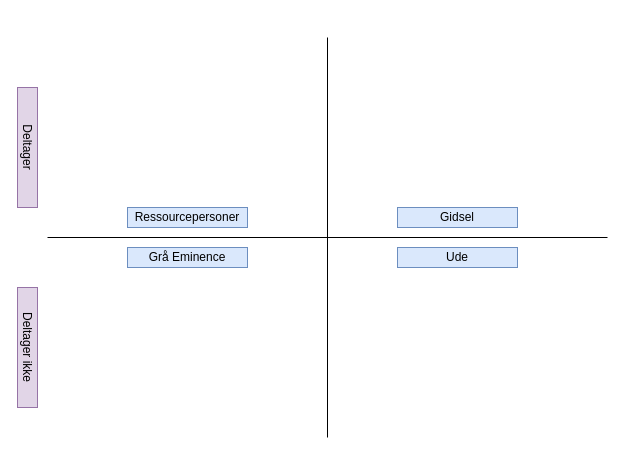
Above: Sann2.drawio in anderskeis/anderskeis (draw.io), before the change. Source tidied: cells renumbered, new cells numbered last; positions are measured from the earlier drawing's top-left corner, leaving out a move shared by most shapes. Both pictures are drawn from the tidied source at 100%, with x=0, y=0 at pixel (-33, 37).
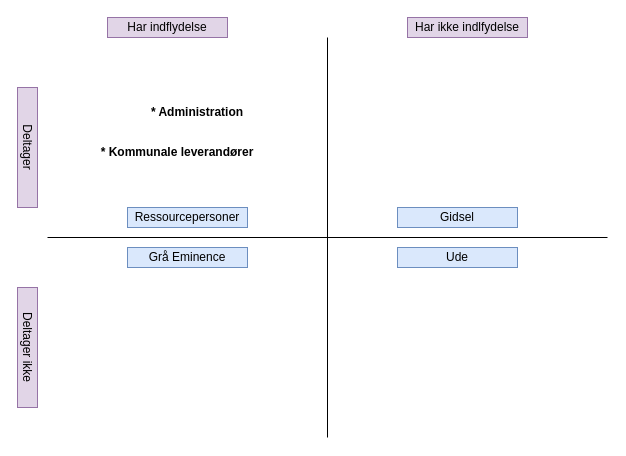
The same diagram, later.

The edit, as a diff of the source:
```diff
@@
 <mxGraphModel>
   <root>
     <mxCell id="0" />
     <mxCell id="1" parent="0" />
     <mxCell id="2" style="endArrow=none;html=1;rounded=0;" parent="1" edge="1">
       <mxGeometry relative="1" as="geometry">
         <mxPoint x="360" y="400" as="sourcePoint" />
         <mxPoint x="360" as="targetPoint" />
       </mxGeometry>
     </mxCell>
     <mxCell id="3" style="endArrow=none;html=1;rounded=0;" parent="1" edge="1">
       <mxGeometry relative="1" as="geometry">
         <mxPoint x="80" y="200" as="sourcePoint" />
         <mxPoint x="640" y="200" as="targetPoint" />
       </mxGeometry>
     </mxCell>
     <mxCell id="4" value="Ressourcepersoner" style="rounded=0;whiteSpace=wrap;html=1;fillColor=#dae8fc;strokeColor=#6c8ebf;" parent="1" vertex="1">
       <mxGeometry x="160" y="170" width="120" height="20" as="geometry" />
     </mxCell>
     <mxCell id="5" value="Grå Eminence" style="rounded=0;whiteSpace=wrap;html=1;fillColor=#dae8fc;strokeColor=#6c8ebf;" parent="1" vertex="1">
       <mxGeometry x="160" y="210" width="120" height="20" as="geometry" />
     </mxCell>
     <mxCell id="6" value="Ude" style="rounded=0;whiteSpace=wrap;html=1;fillColor=#dae8fc;strokeColor=#6c8ebf;" parent="1" vertex="1">
       <mxGeometry x="430" y="210" width="120" height="20" as="geometry" />
     </mxCell>
     <mxCell id="7" value="Gidsel" style="rounded=0;whiteSpace=wrap;html=1;fillColor=#dae8fc;strokeColor=#6c8ebf;" parent="1" vertex="1">
       <mxGeometry x="430" y="170" width="120" height="20" as="geometry" />
     </mxCell>
     <mxCell id="8" value="Deltager" style="rounded=0;whiteSpace=wrap;html=1;fillColor=#e1d5e7;strokeColor=#9673a6;rotation=90;flipV=0;flipH=1;" parent="1" vertex="1">
       <mxGeometry y="100" width="120" height="20" as="geometry" />
     </mxCell>
     <mxCell id="9" value="Deltager ikke" style="rounded=0;whiteSpace=wrap;html=1;fillColor=#e1d5e7;strokeColor=#9673a6;rotation=90;flipV=0;flipH=1;" parent="1" vertex="1">
       <mxGeometry y="300" width="120" height="20" as="geometry" />
     </mxCell>
+    <mxCell id="10" value="Har indflydelse" style="rounded=0;whiteSpace=wrap;html=1;fillColor=#e1d5e7;strokeColor=#9673a6;rotation=0;flipV=0;flipH=1;" parent="1" vertex="1">
+      <mxGeometry x="140" y="-20" width="120" height="20" as="geometry" />
+    </mxCell>
+    <mxCell id="11" value="Har ikke indlfydelse" style="rounded=0;whiteSpace=wrap;html=1;fillColor=#e1d5e7;strokeColor=#9673a6;rotation=0;flipV=0;flipH=1;" parent="1" vertex="1">
+      <mxGeometry x="440" y="-20" width="120" height="20" as="geometry" />
+    </mxCell>
+    <mxCell id="12" value="* Administration" style="text;strokeColor=none;align=center;fillColor=none;html=1;verticalAlign=middle;whiteSpace=wrap;rounded=0;fontStyle=1;" parent="1" vertex="1">
+      <mxGeometry x="180" y="60" width="100" height="30" as="geometry" />
+    </mxCell>
+    <mxCell id="13" value="* Kommunale leverandører" style="text;strokeColor=none;align=center;fillColor=none;html=1;verticalAlign=middle;whiteSpace=wrap;rounded=0;fontStyle=1;" parent="1" vertex="1">
+      <mxGeometry x="120" y="100" width="180" height="30" as="geometry" />
+    </mxCell>
   </root>
 </mxGraphModel>
```
